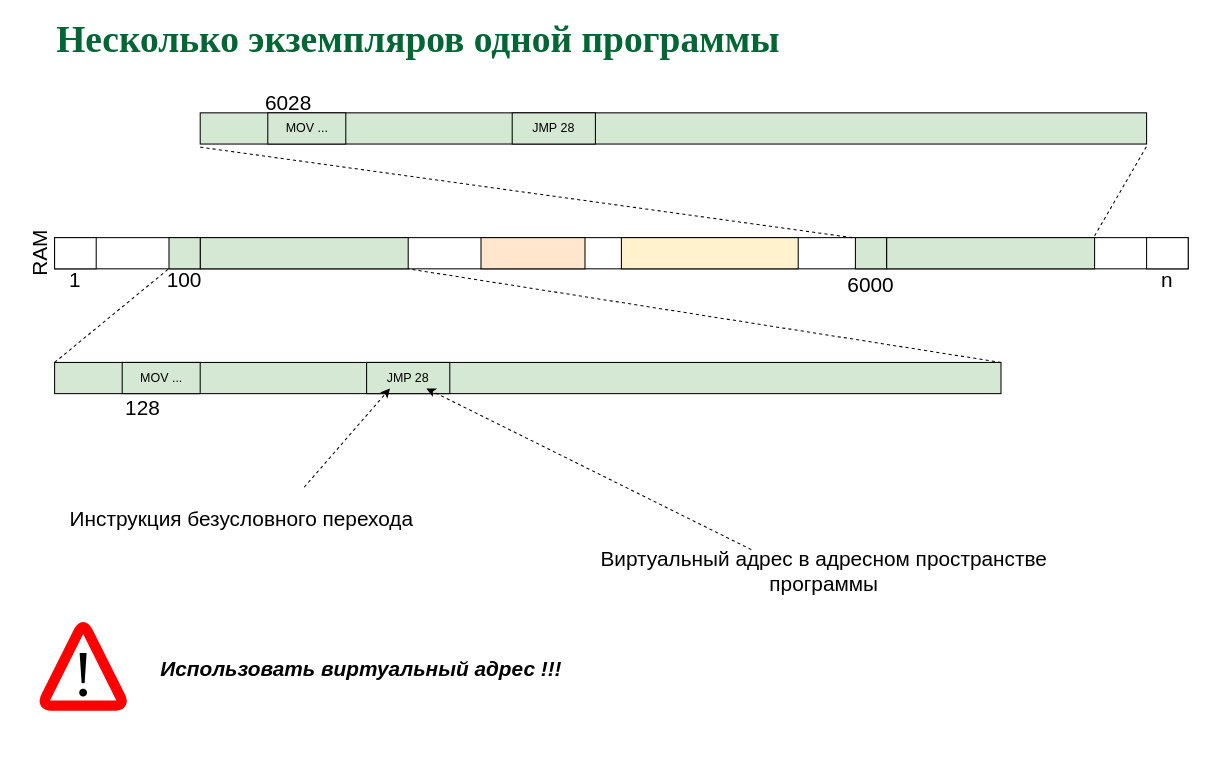
77maxikov/os_course keeps this draw.io diagram as page "P09" (9 of 46) of slides/memmgt.drawio. Above is the earlier version. Source tidied: cells renumbered, new cells numbered last; positions are measured from the earlier drawing's top-left corner, leaving out a move shared by most shapes. Both pictures are drawn from the tidied source at 104%, with x=0, y=0 at pixel (12, 29).
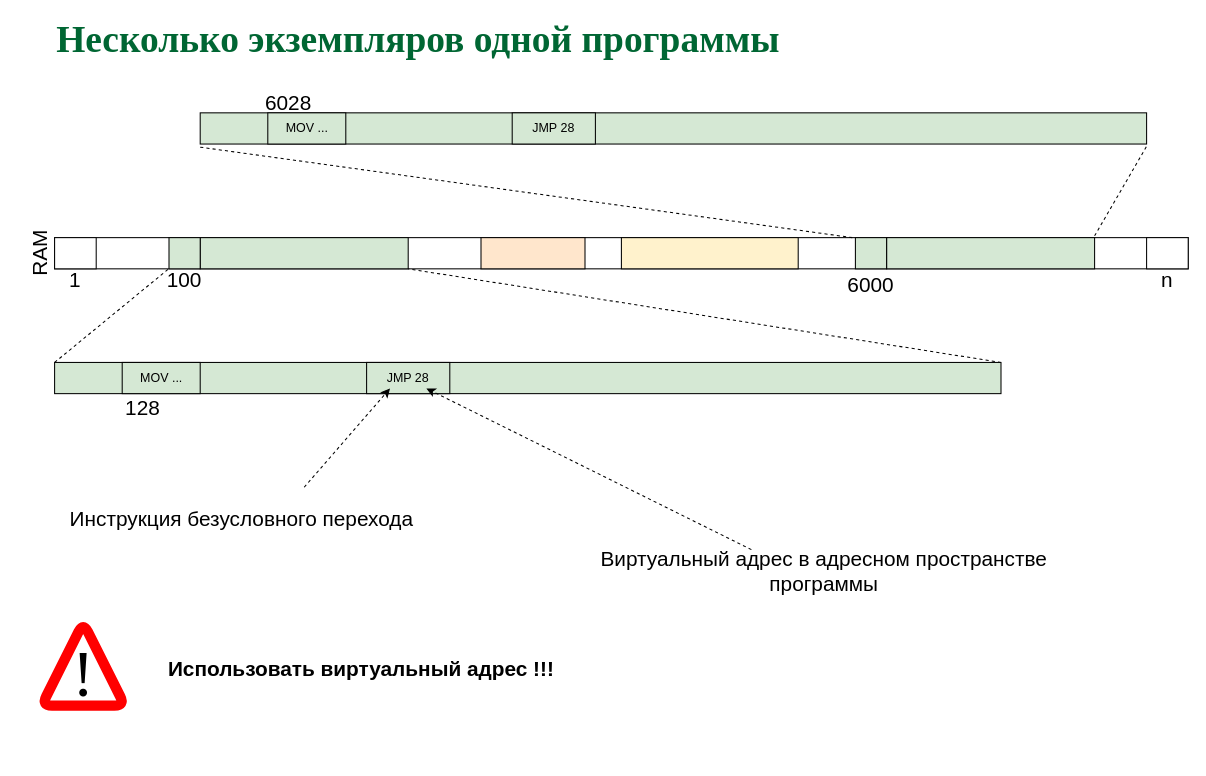
After the change.

What changed in the source:
```diff
@@
-    <mxCell id="34" value="&lt;h2&gt;&lt;font style=&quot;font-size: 20px ; background-color: rgb(255 , 255 , 255)&quot;&gt;&lt;i&gt;Использовать виртуальный адрес !!!&lt;/i&gt;&lt;/font&gt;&lt;/h2&gt;" style="text;html=1;strokeColor=none;fillColor=none;align=center;verticalAlign=middle;whiteSpace=wrap;rounded=0;" parent="1" vertex="1">
+    <mxCell id="34" value="&lt;h2&gt;&lt;font style=&quot;font-size: 20px ; background-color: rgb(255 , 255 , 255)&quot;&gt;Использовать виртуальный адрес !!!&lt;/font&gt;&lt;/h2&gt;" style="text;html=1;strokeColor=none;fillColor=none;align=center;verticalAlign=middle;whiteSpace=wrap;rounded=0;" parent="1" vertex="1">
       <mxGeometry x="120" y="530" width="430" height="170" as="geometry" />
     </mxCell>
```
